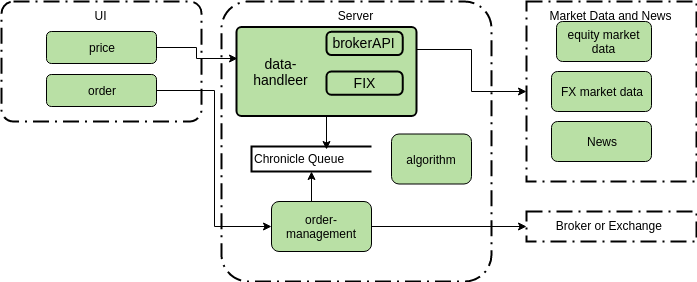
Earlier version of the draw.io export images/architecture.png (EdwardPoon/algorithmicTrading). Source tidied: cells renumbered, new cells last; positions are measured from the earlier drawing's top-left corner, leaving out a move shared by most shapes. Its diagram source:
```xml
<mxGraphModel>
  <root>
    <mxCell id="0" />
    <mxCell id="1" parent="0" />
    <mxCell id="2" value="UI" style="rounded=1;arcSize=10;dashed=1;strokeColor=#000000;fillColor=none;gradientColor=none;dashPattern=8 3 1 3;strokeWidth=2;align=center;verticalAlign=top;" parent="1" vertex="1">
      <mxGeometry width="200" height="120" as="geometry" />
    </mxCell>
    <mxCell id="3" value="Server" style="rounded=1;arcSize=10;dashed=1;strokeColor=#000000;fillColor=none;gradientColor=none;dashPattern=8 3 1 3;strokeWidth=2;align=center;verticalAlign=top;" parent="1" vertex="1">
      <mxGeometry x="220" width="270" height="280" as="geometry" />
    </mxCell>
    <mxCell id="4" value="Broker or Exchange " style="rounded=0;arcSize=10;dashed=1;strokeColor=#000000;fillColor=none;gradientColor=none;dashPattern=8 3 1 3;strokeWidth=2;align=center;verticalAlign=top;" parent="1" vertex="1">
      <mxGeometry x="525" y="210" width="170" height="30" as="geometry" />
    </mxCell>
    <mxCell id="5" style="edgeStyle=orthogonalEdgeStyle;rounded=0;jettySize=auto;html=1;exitX=1;exitY=0.5;exitDx=0;exitDy=0;entryX=0.011;entryY=0.354;entryDx=0;entryDy=0;entryPerimeter=0;" parent="1" edge="1" source="6" target="16">
      <mxGeometry relative="1" as="geometry" />
    </mxCell>
    <mxCell id="6" value="price" style="rounded=1;whiteSpace=wrap;html=1;fillColor=#B9E0A5;" parent="1" vertex="1">
      <mxGeometry x="45" y="30" width="110" height="32" as="geometry" />
    </mxCell>
    <mxCell id="7" value="equity market data" style="rounded=1;whiteSpace=wrap;html=1;fillColor=#B9E0A5;" parent="1" vertex="1">
      <mxGeometry x="555" y="20" width="95" height="40" as="geometry" />
    </mxCell>
    <mxCell id="8" value="FX market data" style="rounded=1;whiteSpace=wrap;html=1;fillColor=#B9E0A5;" parent="1" vertex="1">
      <mxGeometry x="550" y="70" width="100" height="40" as="geometry" />
    </mxCell>
    <mxCell id="9" value="News" style="rounded=1;whiteSpace=wrap;html=1;fillColor=#B9E0A5;" parent="1" vertex="1">
      <mxGeometry x="550" y="120" width="100" height="40" as="geometry" />
    </mxCell>
    <mxCell id="10" style="edgeStyle=orthogonalEdgeStyle;rounded=0;jettySize=auto;html=1;exitX=0.5;exitY=0;exitDx=0;exitDy=0;entryX=0.5;entryY=1;entryDx=0;entryDy=0;entryPerimeter=0;" parent="1" edge="1" source="12" target="19">
      <mxGeometry relative="1" as="geometry" />
    </mxCell>
    <mxCell id="11" style="edgeStyle=orthogonalEdgeStyle;rounded=0;jettySize=auto;html=1;exitX=1;exitY=0.5;exitDx=0;exitDy=0;entryX=0;entryY=0.5;entryDx=0;entryDy=0;" parent="1" edge="1" source="12" target="4">
      <mxGeometry relative="1" as="geometry" />
    </mxCell>
    <mxCell id="12" value="order-management" style="rounded=1;whiteSpace=wrap;html=1;fillColor=#B9E0A5;" parent="1" vertex="1">
      <mxGeometry x="270" y="200" width="100" height="50" as="geometry" />
    </mxCell>
    <mxCell id="13" style="edgeStyle=orthogonalEdgeStyle;rounded=0;jettySize=auto;html=1;exitX=0.5;exitY=1;exitDx=0;exitDy=0;entryX=0.625;entryY=0.12;entryDx=0;entryDy=0;entryPerimeter=0;" parent="1" edge="1" source="15" target="19">
      <mxGeometry relative="1" as="geometry" />
    </mxCell>
    <mxCell id="14" style="edgeStyle=orthogonalEdgeStyle;rounded=0;jettySize=auto;html=1;exitX=1;exitY=0.25;exitDx=0;exitDy=0;" parent="1" edge="1" source="15" target="22">
      <mxGeometry relative="1" as="geometry" />
    </mxCell>
    <mxCell id="15" style="rounded=1;absoluteArcSize=1;html=1;strokeWidth=2;arcSize=10;fontSize=14;fillColor=#B9E0A5;" parent="1" vertex="1">
      <mxGeometry x="235" y="25.5" width="180" height="89" as="geometry" />
    </mxCell>
    <mxCell id="16" value="data-handleer" style="html=1;strokeWidth=2;shape=mxgraph.er.anchor;fontSize=14;whiteSpace=wrap;" parent="15" vertex="1">
      <mxGeometry width="90" height="89" as="geometry" />
    </mxCell>
    <mxCell id="17" value="brokerAPI" style="rounded=1;absoluteArcSize=1;html=1;strokeWidth=2;arcSize=10;fontSize=14;whiteSpace=wrap;strokeColor=inherit;fillColor=inherit;" parent="15" vertex="1">
      <mxGeometry x="90" y="4.8" width="76.2" height="23.3" as="geometry" />
    </mxCell>
    <mxCell id="18" value="FIX" style="rounded=1;absoluteArcSize=1;html=1;strokeWidth=2;arcSize=10;fontSize=14;whiteSpace=wrap;strokeColor=inherit;fillColor=inherit;" parent="15" vertex="1">
      <mxGeometry x="90" y="44.5" width="76.2" height="23.3" as="geometry" />
    </mxCell>
    <mxCell id="19" value="Chronicle Queue" style="strokeWidth=2;html=1;shape=mxgraph.flowchart.annotation_1;align=left;rounded=0;fillColor=#B9E0A5;" parent="1" vertex="1">
      <mxGeometry x="250" y="145" width="120" height="25" as="geometry" />
    </mxCell>
    <mxCell id="20" style="edgeStyle=orthogonalEdgeStyle;rounded=0;jettySize=auto;html=1;exitX=1;exitY=0.5;exitDx=0;exitDy=0;entryX=0;entryY=0.5;entryDx=0;entryDy=0;" parent="1" edge="1" source="21" target="12">
      <mxGeometry relative="1" as="geometry" />
    </mxCell>
    <mxCell id="21" value="order" style="rounded=1;whiteSpace=wrap;html=1;fillColor=#B9E0A5;" parent="1" vertex="1">
      <mxGeometry x="45" y="73" width="110" height="32" as="geometry" />
    </mxCell>
    <mxCell id="22" value="Market Data and News" style="rounded=0;arcSize=10;dashed=1;strokeColor=#000000;fillColor=none;gradientColor=none;dashPattern=8 3 1 3;strokeWidth=2;align=center;verticalAlign=top;" parent="1" vertex="1">
      <mxGeometry x="525" width="170" height="180" as="geometry" />
    </mxCell>
    <mxCell id="23" value="algorithm" style="rounded=1;whiteSpace=wrap;html=1;fillColor=#B9E0A5;" parent="1" vertex="1">
      <mxGeometry x="390" y="132.5" width="80" height="50" as="geometry" />
    </mxCell>
  </root>
</mxGraphModel>
```
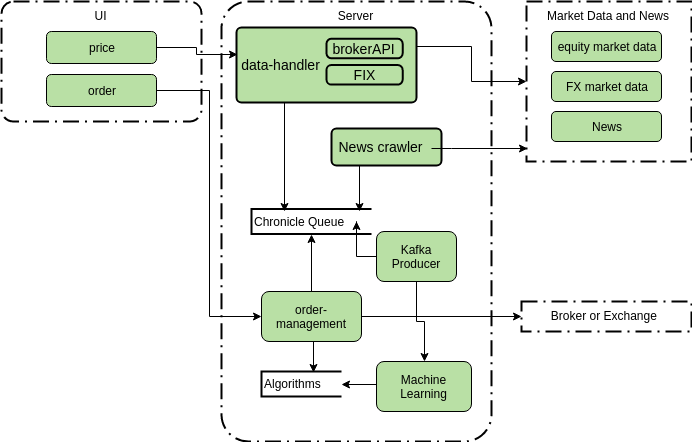
After the change.

Commit message:
enhance architecture

Change to the diagram source:
```diff
@@ -2,14 +2,17 @@
   <root>
     <mxCell id="0" />
     <mxCell id="1" parent="0" />
+    <mxCell id="22" value="Market Data and News" style="rounded=0;arcSize=10;dashed=1;strokeColor=#000000;fillColor=none;gradientColor=none;dashPattern=8 3 1 3;strokeWidth=2;align=center;verticalAlign=top;" parent="1" vertex="1">
+      <mxGeometry x="525" width="165" height="160" as="geometry" />
+    </mxCell>
     <mxCell id="2" value="UI" style="rounded=1;arcSize=10;dashed=1;strokeColor=#000000;fillColor=none;gradientColor=none;dashPattern=8 3 1 3;strokeWidth=2;align=center;verticalAlign=top;" parent="1" vertex="1">
       <mxGeometry width="200" height="120" as="geometry" />
     </mxCell>
     <mxCell id="3" value="Server" style="rounded=1;arcSize=10;dashed=1;strokeColor=#000000;fillColor=none;gradientColor=none;dashPattern=8 3 1 3;strokeWidth=2;align=center;verticalAlign=top;" parent="1" vertex="1">
-      <mxGeometry x="220" width="270" height="280" as="geometry" />
+      <mxGeometry x="220" width="270" height="440" as="geometry" />
     </mxCell>
     <mxCell id="4" value="Broker or Exchange " style="rounded=0;arcSize=10;dashed=1;strokeColor=#000000;fillColor=none;gradientColor=none;dashPattern=8 3 1 3;strokeWidth=2;align=center;verticalAlign=top;" parent="1" vertex="1">
-      <mxGeometry x="525" y="210" width="170" height="30" as="geometry" />
+      <mxGeometry x="520" y="300" width="170" height="30" as="geometry" />
     </mxCell>
     <mxCell id="5" style="edgeStyle=orthogonalEdgeStyle;rounded=0;jettySize=auto;html=1;exitX=1;exitY=0.5;exitDx=0;exitDy=0;entryX=0.011;entryY=0.354;entryDx=0;entryDy=0;entryPerimeter=0;" parent="1" edge="1" source="6" target="16">
       <mxGeometry relative="1" as="geometry" />
@@ -18,13 +21,13 @@
       <mxGeometry x="45" y="30" width="110" height="32" as="geometry" />
     </mxCell>
     <mxCell id="7" value="equity market data" style="rounded=1;whiteSpace=wrap;html=1;fillColor=#B9E0A5;" parent="1" vertex="1">
-      <mxGeometry x="555" y="20" width="95" height="40" as="geometry" />
+      <mxGeometry x="550" y="30" width="110" height="30" as="geometry" />
     </mxCell>
     <mxCell id="8" value="FX market data" style="rounded=1;whiteSpace=wrap;html=1;fillColor=#B9E0A5;" parent="1" vertex="1">
-      <mxGeometry x="550" y="70" width="100" height="40" as="geometry" />
+      <mxGeometry x="550" y="70" width="110" height="30" as="geometry" />
     </mxCell>
     <mxCell id="9" value="News" style="rounded=1;whiteSpace=wrap;html=1;fillColor=#B9E0A5;" parent="1" vertex="1">
-      <mxGeometry x="550" y="120" width="100" height="40" as="geometry" />
+      <mxGeometry x="550" y="110" width="110" height="30" as="geometry" />
     </mxCell>
     <mxCell id="10" style="edgeStyle=orthogonalEdgeStyle;rounded=0;jettySize=auto;html=1;exitX=0.5;exitY=0;exitDx=0;exitDy=0;entryX=0.5;entryY=1;entryDx=0;entryDy=0;entryPerimeter=0;" parent="1" edge="1" source="12" target="19">
       <mxGeometry relative="1" as="geometry" />
@@ -32,29 +35,36 @@
     <mxCell id="11" style="edgeStyle=orthogonalEdgeStyle;rounded=0;jettySize=auto;html=1;exitX=1;exitY=0.5;exitDx=0;exitDy=0;entryX=0;entryY=0.5;entryDx=0;entryDy=0;" parent="1" edge="1" source="12" target="4">
       <mxGeometry relative="1" as="geometry" />
     </mxCell>
+    <mxCell id="24" style="edgeStyle=orthogonalEdgeStyle;rounded=0;jettySize=auto;html=1;exitX=0.5;exitY=1;exitDx=0;exitDy=0;entryX=0.65;entryY=0.04;entryDx=0;entryDy=0;entryPerimeter=0;" parent="1" edge="1" source="12" target="29">
+      <mxGeometry relative="1" as="geometry" />
+    </mxCell>
     <mxCell id="12" value="order-management" style="rounded=1;whiteSpace=wrap;html=1;fillColor=#B9E0A5;" parent="1" vertex="1">
-      <mxGeometry x="270" y="200" width="100" height="50" as="geometry" />
+      <mxGeometry x="260" y="290" width="100" height="50" as="geometry" />
     </mxCell>
-    <mxCell id="13" style="edgeStyle=orthogonalEdgeStyle;rounded=0;jettySize=auto;html=1;exitX=0.5;exitY=1;exitDx=0;exitDy=0;entryX=0.625;entryY=0.12;entryDx=0;entryDy=0;entryPerimeter=0;" parent="1" edge="1" source="15" target="19">
-      <mxGeometry relative="1" as="geometry" />
+    <mxCell id="13" style="edgeStyle=orthogonalEdgeStyle;rounded=0;jettySize=auto;html=1;exitX=0.5;exitY=1;exitDx=0;exitDy=0;entryX=0.275;entryY=0.1;entryDx=0;entryDy=0;entryPerimeter=0;" parent="1" edge="1" source="15" target="19">
+      <mxGeometry relative="1" as="geometry">
+        <Array as="points">
+          <mxPoint x="283" y="101" />
+        </Array>
+      </mxGeometry>
     </mxCell>
     <mxCell id="14" style="edgeStyle=orthogonalEdgeStyle;rounded=0;jettySize=auto;html=1;exitX=1;exitY=0.25;exitDx=0;exitDy=0;" parent="1" edge="1" source="15" target="22">
       <mxGeometry relative="1" as="geometry" />
     </mxCell>
     <mxCell id="15" style="rounded=1;absoluteArcSize=1;html=1;strokeWidth=2;arcSize=10;fontSize=14;fillColor=#B9E0A5;" parent="1" vertex="1">
-      <mxGeometry x="235" y="25.5" width="180" height="89" as="geometry" />
+      <mxGeometry x="235" y="26" width="180" height="75" as="geometry" />
     </mxCell>
-    <mxCell id="16" value="data-handleer" style="html=1;strokeWidth=2;shape=mxgraph.er.anchor;fontSize=14;whiteSpace=wrap;" parent="15" vertex="1">
-      <mxGeometry width="90" height="89" as="geometry" />
+    <mxCell id="16" value="data-handler" style="html=1;strokeWidth=2;shape=mxgraph.er.anchor;fontSize=14;whiteSpace=wrap;" parent="15" vertex="1">
+      <mxGeometry width="90" height="75" as="geometry" />
     </mxCell>
     <mxCell id="17" value="brokerAPI" style="rounded=1;absoluteArcSize=1;html=1;strokeWidth=2;arcSize=10;fontSize=14;whiteSpace=wrap;strokeColor=inherit;fillColor=inherit;" parent="15" vertex="1">
-      <mxGeometry x="90" y="4.8" width="76.2" height="23.3" as="geometry" />
+      <mxGeometry x="90" y="11.2" width="76.2" height="19.6" as="geometry" />
     </mxCell>
     <mxCell id="18" value="FIX" style="rounded=1;absoluteArcSize=1;html=1;strokeWidth=2;arcSize=10;fontSize=14;whiteSpace=wrap;strokeColor=inherit;fillColor=inherit;" parent="15" vertex="1">
-      <mxGeometry x="90" y="44.5" width="76.2" height="23.3" as="geometry" />
+      <mxGeometry x="90" y="37.5" width="76.2" height="19.6" as="geometry" />
     </mxCell>
     <mxCell id="19" value="Chronicle Queue" style="strokeWidth=2;html=1;shape=mxgraph.flowchart.annotation_1;align=left;rounded=0;fillColor=#B9E0A5;" parent="1" vertex="1">
-      <mxGeometry x="250" y="145" width="120" height="25" as="geometry" />
+      <mxGeometry x="250" y="207.5" width="120" height="25" as="geometry" />
     </mxCell>
     <mxCell id="20" style="edgeStyle=orthogonalEdgeStyle;rounded=0;jettySize=auto;html=1;exitX=1;exitY=0.5;exitDx=0;exitDy=0;entryX=0;entryY=0.5;entryDx=0;entryDy=0;" parent="1" edge="1" source="21" target="12">
       <mxGeometry relative="1" as="geometry" />
@@ -62,11 +72,46 @@
     <mxCell id="21" value="order" style="rounded=1;whiteSpace=wrap;html=1;fillColor=#B9E0A5;" parent="1" vertex="1">
       <mxGeometry x="45" y="73" width="110" height="32" as="geometry" />
     </mxCell>
-    <mxCell id="22" value="Market Data and News" style="rounded=0;arcSize=10;dashed=1;strokeColor=#000000;fillColor=none;gradientColor=none;dashPattern=8 3 1 3;strokeWidth=2;align=center;verticalAlign=top;" parent="1" vertex="1">
-      <mxGeometry x="525" width="170" height="180" as="geometry" />
-    </mxCell>
+    <mxCell id="25" style="edgeStyle=orthogonalEdgeStyle;rounded=0;jettySize=auto;html=1;" parent="1" edge="1" source="23" target="28">
+      <mxGeometry relative="1" as="geometry" />
+    </mxCell>
+    <mxCell id="26" style="edgeStyle=orthogonalEdgeStyle;rounded=0;jettySize=auto;html=1;exitX=0;exitY=0.5;exitDx=0;exitDy=0;" parent="1" edge="1" source="23" target="19">
+      <mxGeometry relative="1" as="geometry" />
+    </mxCell>
-    <mxCell id="23" value="algorithm" style="rounded=1;whiteSpace=wrap;html=1;fillColor=#B9E0A5;" parent="1" vertex="1">
-      <mxGeometry x="390" y="132.5" width="80" height="50" as="geometry" />
+    <mxCell id="23" value="Kafka Producer" style="rounded=1;whiteSpace=wrap;html=1;fillColor=#B9E0A5;" parent="1" vertex="1">
+      <mxGeometry x="375" y="230" width="80" height="50" as="geometry" />
     </mxCell>
+    <mxCell id="27" style="edgeStyle=orthogonalEdgeStyle;rounded=0;jettySize=auto;html=1;exitX=0;exitY=0.5;exitDx=0;exitDy=0;entryX=1;entryY=0.5;entryDx=0;entryDy=0;entryPerimeter=0;" parent="1" edge="1" source="28" target="29">
+      <mxGeometry relative="1" as="geometry">
+        <Array as="points">
+          <mxPoint x="375" y="383" />
+        </Array>
+      </mxGeometry>
+    </mxCell>
+    <mxCell id="28" value="Machine Learning" style="rounded=1;whiteSpace=wrap;html=1;fillColor=#B9E0A5;" parent="1" vertex="1">
+      <mxGeometry x="375" y="360" width="95" height="50" as="geometry" />
+    </mxCell>
+    <mxCell id="29" value="Algorithms" style="strokeWidth=2;html=1;shape=mxgraph.flowchart.annotation_1;align=left;rounded=0;fillColor=#B9E0A5;" parent="1" vertex="1">
+      <mxGeometry x="260" y="370" width="80" height="25" as="geometry" />
+    </mxCell>
+    <mxCell id="30" style="edgeStyle=orthogonalEdgeStyle;rounded=0;jettySize=auto;html=1;exitX=0.25;exitY=1;exitDx=0;exitDy=0;" parent="1" edge="1" source="31">
+      <mxGeometry relative="1" as="geometry">
+        <mxPoint x="358" y="210" as="targetPoint" />
+      </mxGeometry>
+    </mxCell>
+    <mxCell id="31" style="rounded=1;absoluteArcSize=1;html=1;strokeWidth=2;arcSize=10;fontSize=14;fillColor=#B9E0A5;" parent="1" vertex="1">
+      <mxGeometry x="330" y="127" width="110" height="37" as="geometry" />
+    </mxCell>
+    <mxCell id="32" value="News crawler" style="html=1;strokeWidth=2;shape=mxgraph.er.anchor;fontSize=14;whiteSpace=wrap;align=center;" parent="31" vertex="1">
+      <mxGeometry width="100" height="37" as="geometry" />
+    </mxCell>
+    <mxCell id="33" style="edgeStyle=orthogonalEdgeStyle;rounded=0;jettySize=auto;html=1;entryX=0.006;entryY=0.919;entryDx=0;entryDy=0;entryPerimeter=0;" parent="1" edge="1" source="32" target="22">
+      <mxGeometry relative="1" as="geometry">
+        <Array as="points">
+          <mxPoint x="450" y="147" />
+          <mxPoint x="450" y="147" />
+        </Array>
+      </mxGeometry>
+    </mxCell>
   </root>
 </mxGraphModel>
```
